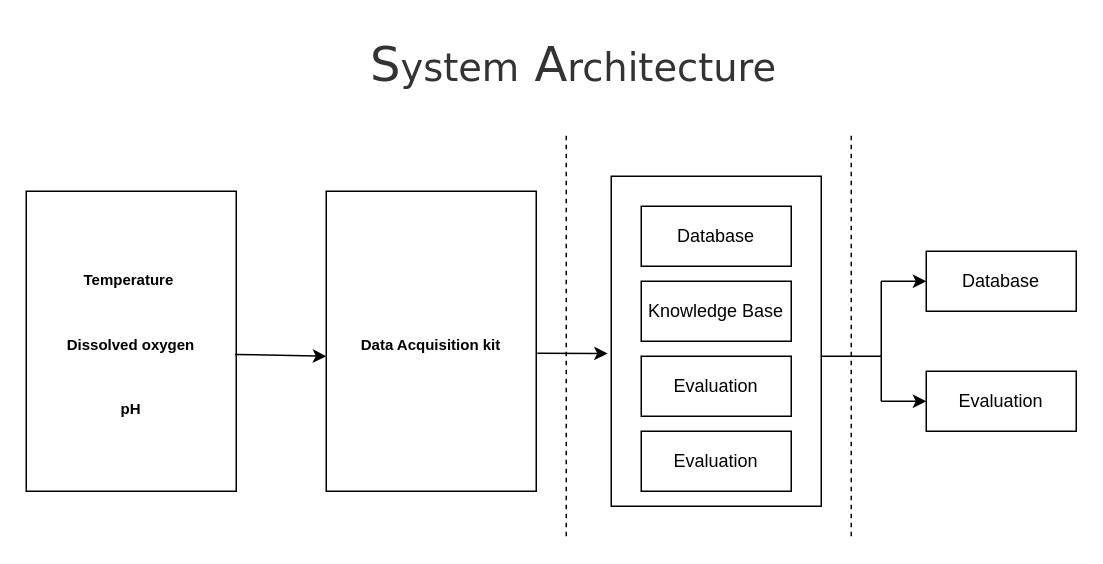
This is Untitled Diagram.drawio from OmkarGambhir/FootyField, a draw.io file, before an edit. Source tidied: cells renumbered, new cells numbered last; positions are measured from the earlier drawing's top-left corner, leaving out a move shared by most shapes. Both pictures are drawn from the tidied source at 150%, with x=0, y=0 at pixel (26, 26).
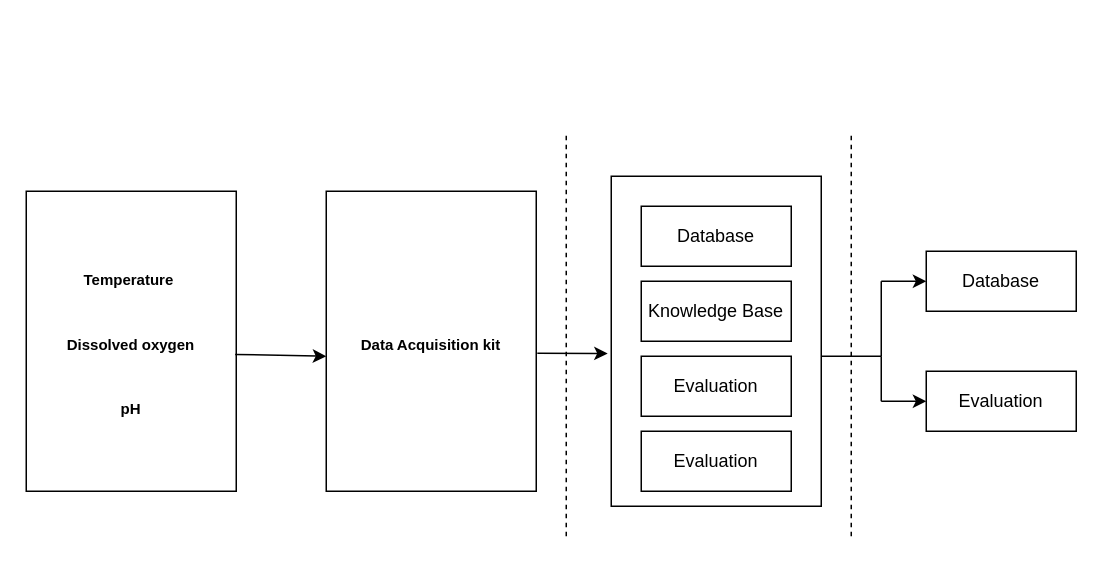
After the change.

Change to the diagram source:
```diff
@@
-    <mxCell id="20" value="&lt;h2 style=&quot;box-sizing: border-box; margin: 0px; font-weight: 400; line-height: 1; font-size: 32px; clear: left; font-family: Verdana, sans-serif; max-width: 100%; overflow-wrap: break-word; color: rgb(51, 51, 51); text-align: start; background-color: rgb(255, 255, 255);&quot;&gt;S&lt;small style=&quot;box-sizing: border-box; font-size: 25.6px;&quot;&gt;ystem&lt;/small&gt;&amp;nbsp;A&lt;small style=&quot;box-sizing: border-box; font-size: 25.6px;&quot;&gt;rchitecture&lt;/small&gt;&lt;/h2&gt;" style="text;html=1;strokeColor=none;fillColor=none;align=center;verticalAlign=middle;whiteSpace=wrap;rounded=0;" parent="1" vertex="1">
-      <mxGeometry x="240" width="250" height="50" as="geometry" />
-    </mxCell>
```
